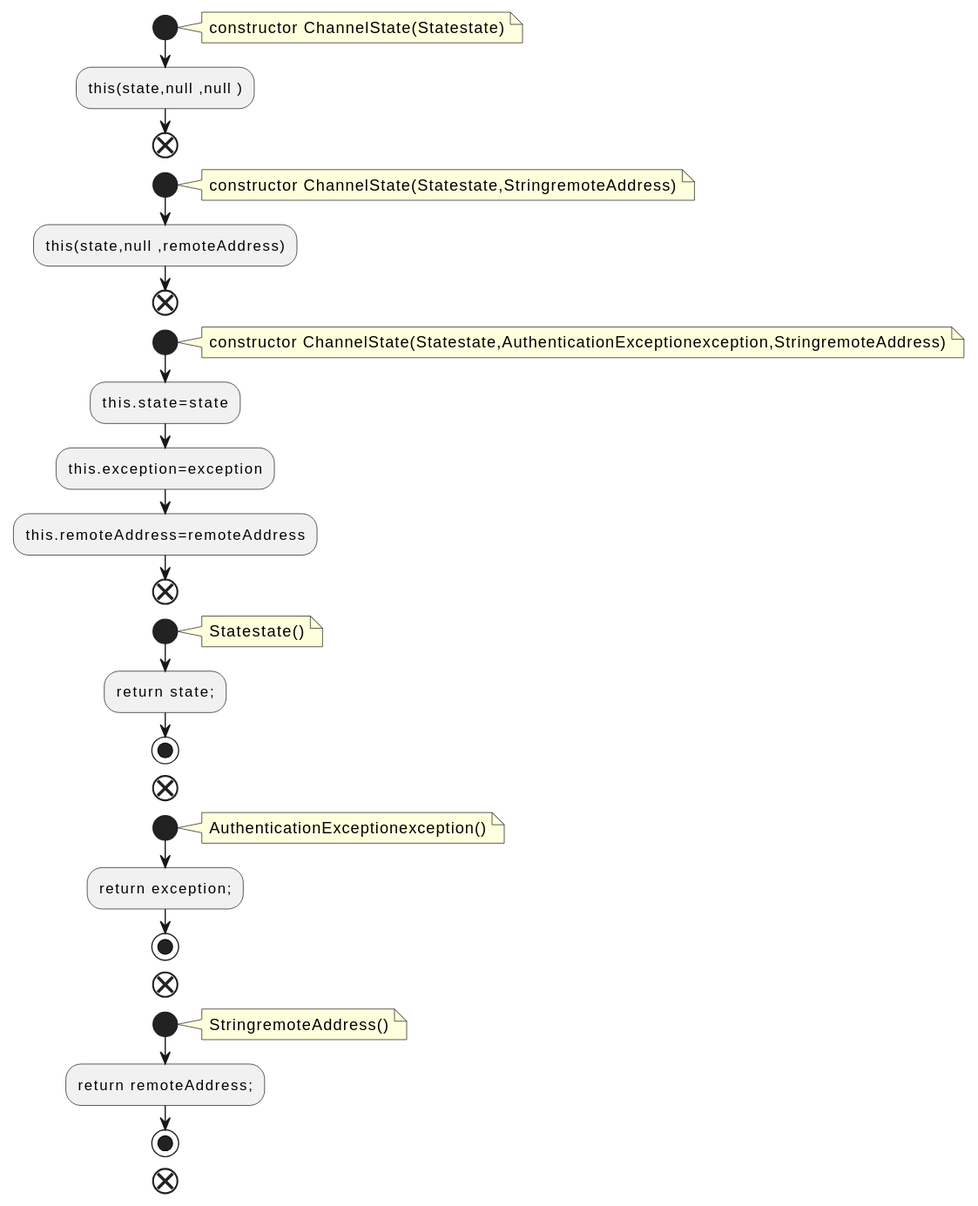
Earlier version of the PlantUML export docs/qc/clients/src/main/java/org/apache/kafka/common/network/ChannelState.java.fct.svg (qualitesys/kafka). Source of this version:
```plantuml
@startuml
!pragma layout smetana
start
note right
constructor ChannelState(Statestate)
end note
:this(state,null ,null );
end
start
note right
constructor ChannelState(Statestate,StringremoteAddress)
end note
:this(state,null ,remoteAddress);
end
start
note right
constructor ChannelState(Statestate,AuthenticationExceptionexception,StringremoteAddress)
end note
:this.state=state;
:this.exception=exception;
:this.remoteAddress=remoteAddress;
end
start
note right
Statestate()
end note
:return state;;
stop
end
start
note right
AuthenticationExceptionexception()
end note
:return exception;;
stop
end
start
note right
StringremoteAddress()
end note
:return remoteAddress;;
stop
end
@enduml
```
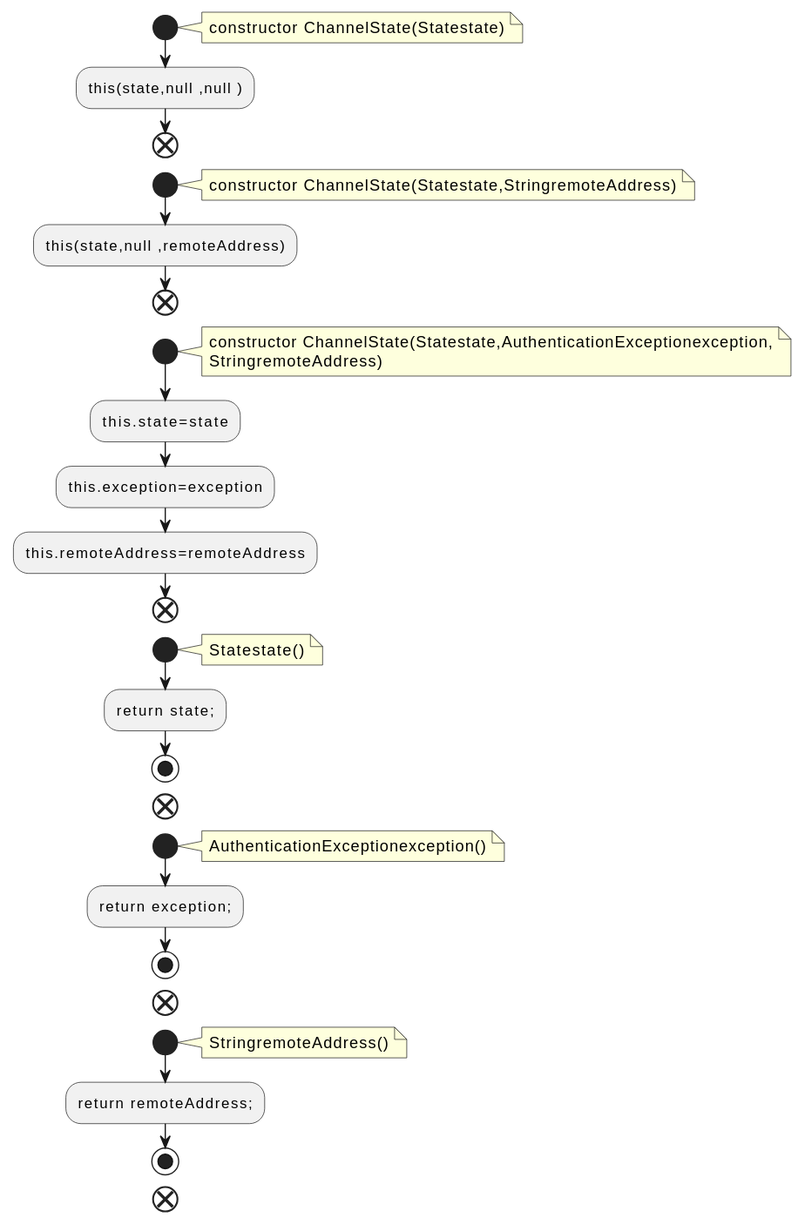
After the commit.

What changed in the source:
```diff
@@ -14,7 +14,8 @@
 end
 start
 note right
-constructor ChannelState(Statestate,AuthenticationExceptionexception,StringremoteAddress)
+constructor ChannelState(Statestate,AuthenticationExceptionexception,
+StringremoteAddress)
 end note
 :this.state=state;
 :this.exception=exception;
```
